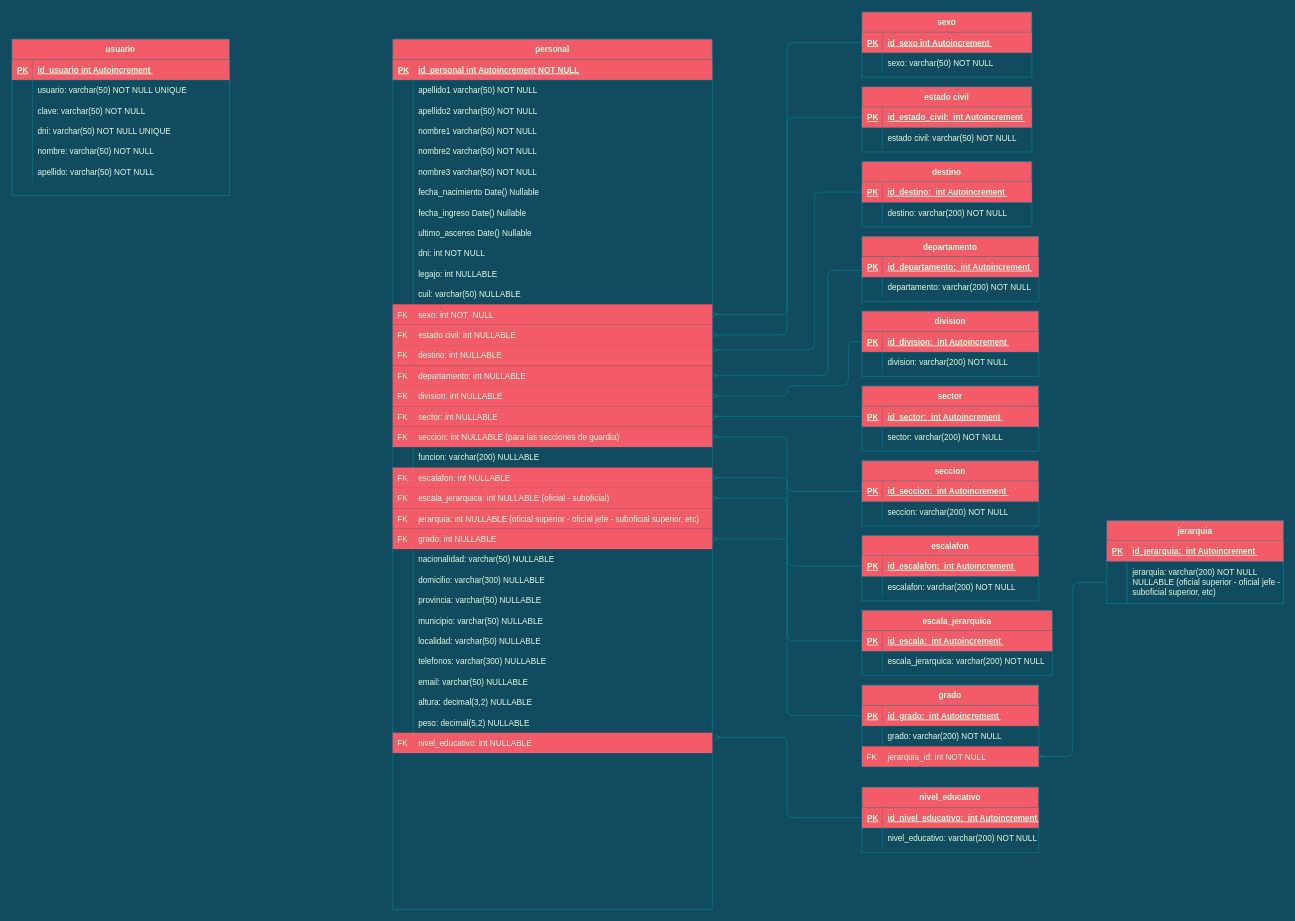
Before: Cuerpo Penitenciario.drawio in FSALVA157/EsquemasER, a draw.io diagram. Source tidied: cells renumbered, new cells numbered last; positions are measured from the earlier drawing's top-left corner, leaving out a move shared by most shapes. Both pictures are drawn from the tidied source at 68%, with x=0, y=0 at pixel (12, 12).
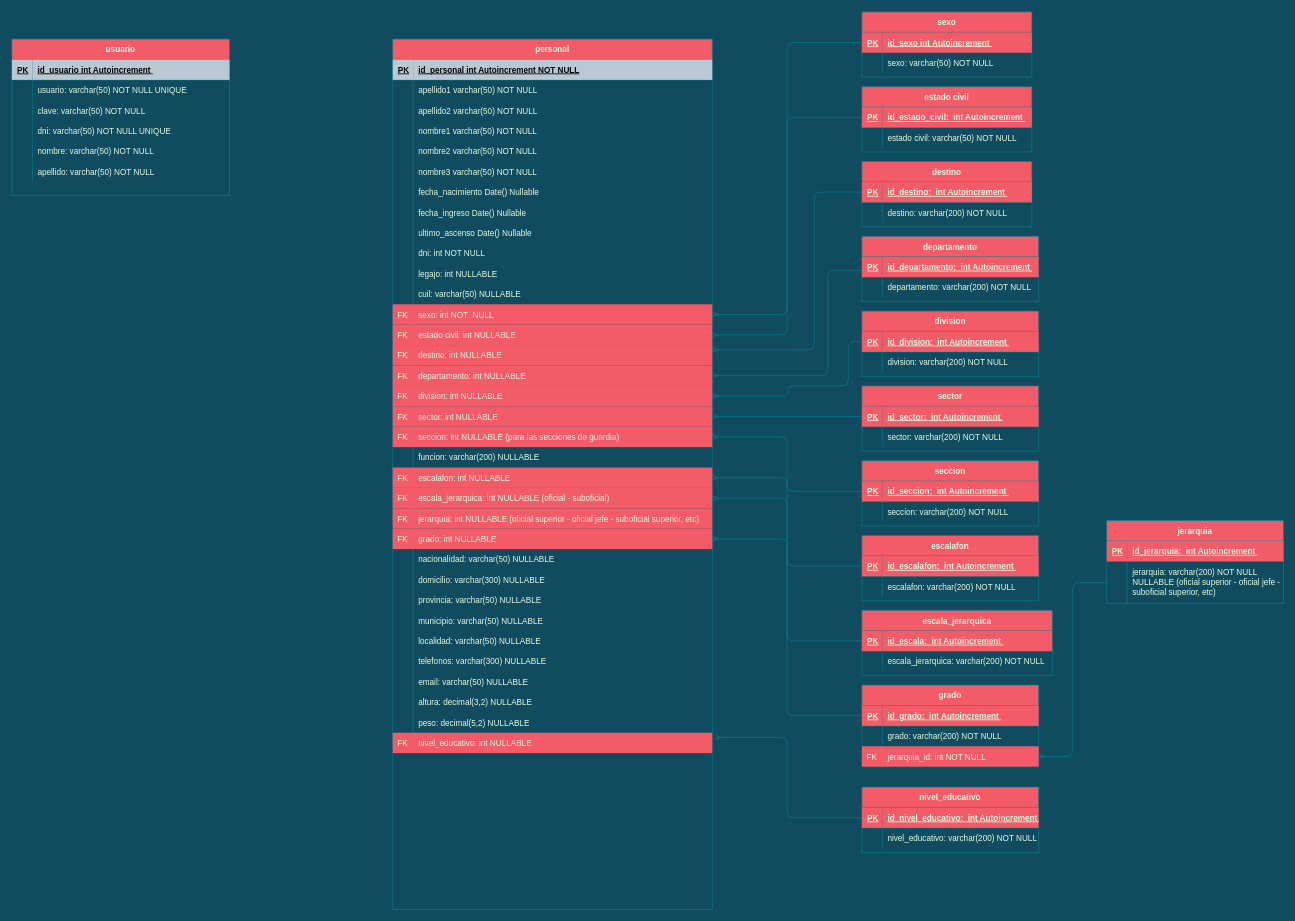
Above is the later version.

Unchanged cells that the change refers to:
```xml
<mxCell id="3" style="shape=partialRectangle;fillColor=none;top=0;left=0;right=0;bottom=1;strokeColor=#028090;fontColor=#E4FDE1;" parent="2" vertex="1">
  <mxGeometry y="30" width="470" height="30" as="geometry" />
</mxCell>
<mxCell id="205" style="shape=partialRectangle;fillColor=none;top=0;left=0;right=0;bottom=1;strokeColor=#028090;fontColor=#E4FDE1;" parent="204" vertex="1">
  <mxGeometry y="30" width="320" height="30" as="geometry" />
</mxCell>
```

The edit, as a diff of the source:
```diff
@@
-    <mxCell id="4" value="PK" style="shape=partialRectangle;overflow=hidden;fillColor=#F45B69;top=0;left=0;bottom=0;right=0;fontStyle=5;align=left;strokeColor=#028090;spacingLeft=6;fontColor=#E4FDE1;" parent="3" vertex="1">
+    <mxCell id="4" value="PK" style="shape=partialRectangle;overflow=hidden;fillColor=#bac8d3;top=0;left=0;bottom=0;right=0;fontStyle=5;align=left;strokeColor=#23445d;spacingLeft=6;" parent="3" vertex="1">
       <mxGeometry width="30" height="30" as="geometry" />
     </mxCell>
-    <mxCell id="5" value="id_personal int Autoincrement NOT NULL " style="shape=partialRectangle;overflow=hidden;fillColor=#F45B69;top=0;left=0;bottom=0;right=0;align=left;spacingLeft=6;fontStyle=5;strokeColor=#028090;fontColor=#E4FDE1;" parent="3" vertex="1">
+    <mxCell id="5" value="id_personal int Autoincrement NOT NULL " style="shape=partialRectangle;overflow=hidden;fillColor=#bac8d3;top=0;left=0;bottom=0;right=0;align=left;spacingLeft=6;fontStyle=5;strokeColor=#23445d;" parent="3" vertex="1">
       <mxGeometry x="30" width="440" height="30" as="geometry" />
     </mxCell>
@@
-    <mxCell id="206" value="PK" style="shape=partialRectangle;overflow=hidden;fillColor=#F45B69;top=0;left=0;bottom=0;right=0;fontStyle=5;align=left;strokeColor=#028090;spacingLeft=6;fontColor=#E4FDE1;" parent="205" vertex="1">
+    <mxCell id="206" value="PK" style="shape=partialRectangle;overflow=hidden;fillColor=#bac8d3;top=0;left=0;bottom=0;right=0;fontStyle=5;align=left;strokeColor=#23445d;spacingLeft=6;" parent="205" vertex="1">
       <mxGeometry width="30" height="30" as="geometry" />
     </mxCell>
-    <mxCell id="207" value="id_usuario int Autoincrement " style="shape=partialRectangle;overflow=hidden;fillColor=#F45B69;top=0;left=0;bottom=0;right=0;align=left;fontStyle=5;strokeColor=#028090;spacingLeft=6;fontColor=#E4FDE1;" parent="205" vertex="1">
+    <mxCell id="207" value="id_usuario int Autoincrement " style="shape=partialRectangle;overflow=hidden;fillColor=#bac8d3;top=0;left=0;bottom=0;right=0;align=left;fontStyle=5;spacingLeft=6;strokeColor=#23445d;" parent="205" vertex="1">
       <mxGeometry x="30" width="290" height="30" as="geometry" />
     </mxCell>
```
